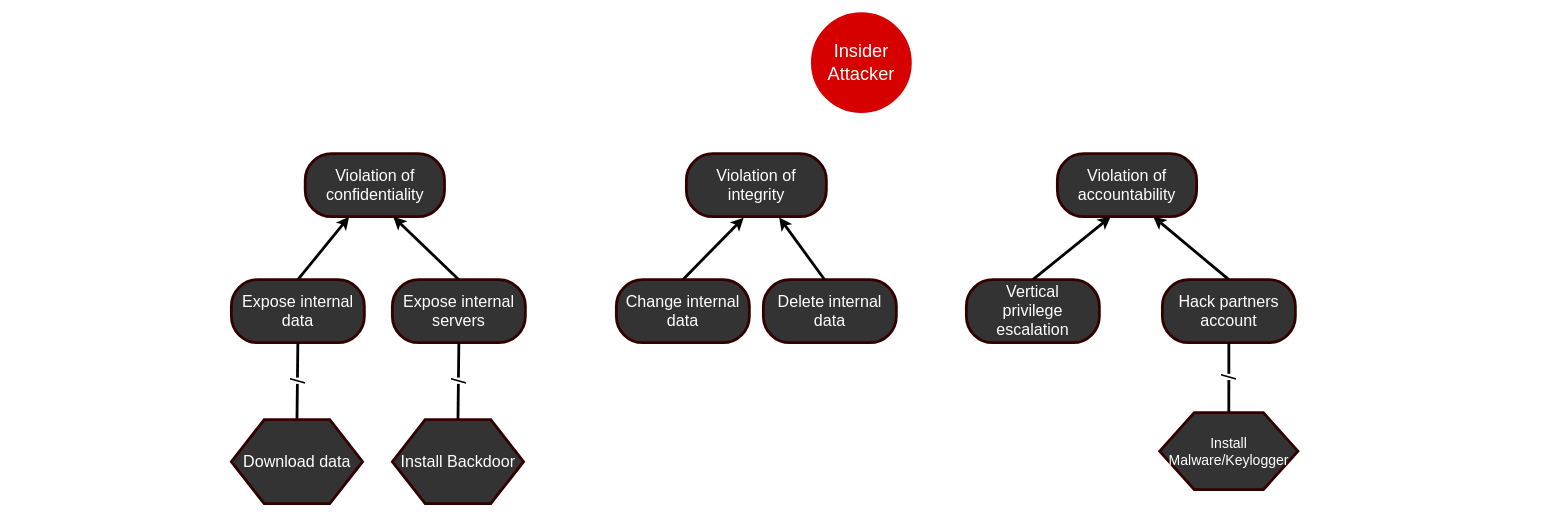
Above: Insider attack trees.drawio in marzdeveloper/SoftwareCybersecurity (draw.io), before the change. Source tidied: cells renumbered, new cells numbered last; positions are measured from the earlier drawing's top-left corner, leaving out a move shared by most shapes. Both pictures are drawn from the tidied source at 70%, with x=0, y=0 at pixel (231, 13).
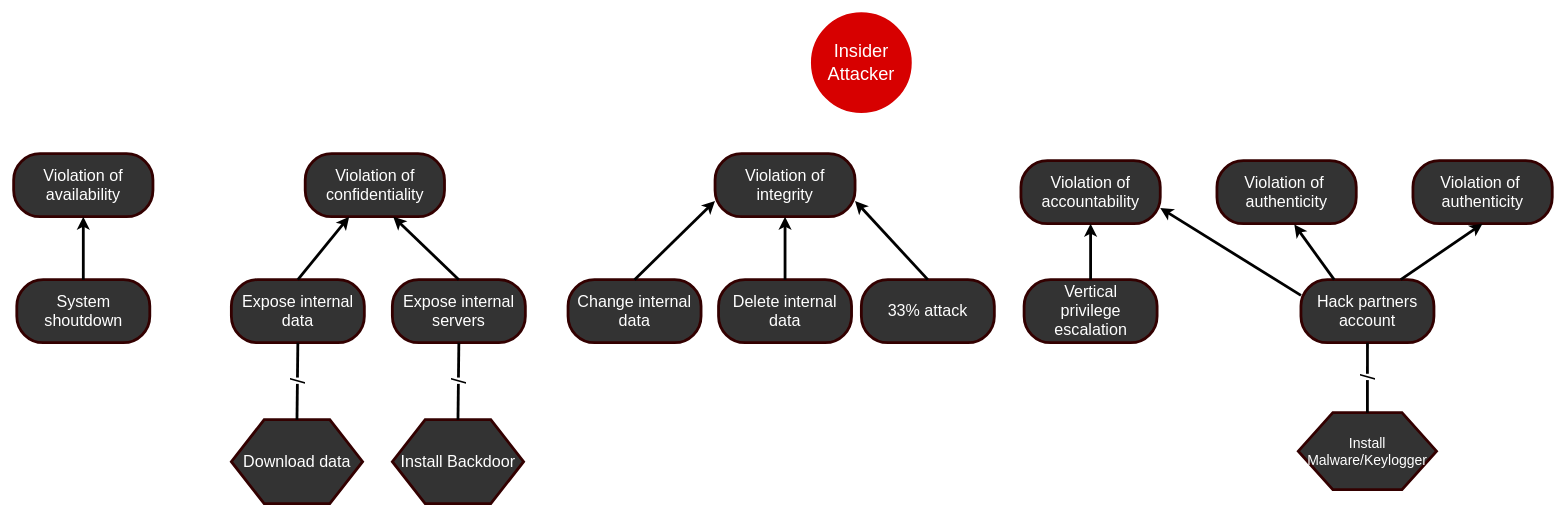
Above is the later version.

Change to the diagram source:
```diff
@@
     <mxCell id="4" value="&lt;font color=&quot;#ffffff&quot; style=&quot;font-size: 23px&quot;&gt;Violation of integrity&lt;/font&gt;" style="rounded=1;whiteSpace=wrap;html=1;strokeColor=#330000;strokeWidth=4;fillColor=#333333;gradientColor=none;arcSize=42;" parent="1" vertex="1">
-      <mxGeometry x="650" y="200" width="200" height="90" as="geometry" />
+      <mxGeometry x="691" y="200" width="200" height="90" as="geometry" />
     </mxCell>
     <mxCell id="5" value="&lt;font color=&quot;#ffffff&quot; style=&quot;font-size: 23px&quot;&gt;Violation of accountability&lt;/font&gt;" style="rounded=1;whiteSpace=wrap;html=1;strokeColor=#330000;strokeWidth=4;fillColor=#333333;gradientColor=none;arcSize=42;" parent="1" vertex="1">
-      <mxGeometry x="1180" y="200" width="199" height="90" as="geometry" />
+      <mxGeometry x="1128" y="210" width="199" height="90" as="geometry" />
     </mxCell>
     <mxCell id="6" value="&lt;font color=&quot;#ffffff&quot;&gt;&lt;span style=&quot;font-size: 23px&quot;&gt;Hack partners account&lt;/span&gt;&lt;/font&gt;" style="rounded=1;whiteSpace=wrap;html=1;strokeColor=#330000;strokeWidth=4;fillColor=#333333;gradientColor=none;arcSize=42;" parent="1" vertex="1">
-      <mxGeometry x="1330" y="380" width="190" height="90" as="geometry" />
+      <mxGeometry x="1528" y="380" width="190" height="90" as="geometry" />
     </mxCell>
     <mxCell id="7" value="&lt;font color=&quot;#ffffff&quot;&gt;&lt;span style=&quot;font-size: 23px&quot;&gt;Change internal data&lt;/span&gt;&lt;/font&gt;" style="rounded=1;whiteSpace=wrap;html=1;strokeColor=#330000;strokeWidth=4;fillColor=#333333;gradientColor=none;arcSize=42;" parent="1" vertex="1">
-      <mxGeometry x="550" y="380" width="190" height="90" as="geometry" />
+      <mxGeometry x="481" y="380" width="190" height="90" as="geometry" />
     </mxCell>
@@
-    <mxCell id="10" style="endArrow=classic;html=1;strokeColor=#000000;strokeWidth=4;fontColor=#FFD966;exitX=0.5;exitY=0;exitDx=0;exitDy=0;entryX=0.688;entryY=0.998;entryDx=0;entryDy=0;entryPerimeter=0;" parent="1" edge="1" source="6" target="5">
+    <mxCell id="10" style="endArrow=classic;html=1;strokeColor=#000000;strokeWidth=4;fontColor=#FFD966;exitX=0;exitY=0.25;exitDx=0;exitDy=0;entryX=1;entryY=0.75;entryDx=0;entryDy=0;" parent="1" edge="1" source="6" target="5">
       <mxGeometry relative="1" as="geometry" />
     </mxCell>
-    <mxCell id="11" style="endArrow=classic;html=1;strokeColor=#000000;strokeWidth=4;fontColor=#FFD966;entryX=0.409;entryY=1.017;entryDx=0;entryDy=0;exitX=0.5;exitY=0;exitDx=0;exitDy=0;entryPerimeter=0;" parent="1" edge="1" source="7" target="4">
+    <mxCell id="11" style="endArrow=classic;html=1;strokeColor=#000000;strokeWidth=4;fontColor=#FFD966;entryX=0;entryY=0.75;entryDx=0;entryDy=0;exitX=0.5;exitY=0;exitDx=0;exitDy=0;" parent="1" edge="1" source="7" target="4">
       <mxGeometry relative="1" as="geometry" />
     </mxCell>
     <mxCell id="12" value="&lt;span style=&quot;font-size: 23px&quot;&gt;&lt;font color=&quot;#ffffff&quot;&gt;Vertical&lt;br&gt;privilege escalation&lt;/font&gt;&lt;/span&gt;" style="rounded=1;whiteSpace=wrap;html=1;strokeColor=#330000;strokeWidth=4;fillColor=#333333;gradientColor=none;arcSize=42;" parent="1" vertex="1">
-      <mxGeometry x="1050" y="380" width="190" height="90" as="geometry" />
+      <mxGeometry x="1132.5" y="380" width="190" height="90" as="geometry" />
     </mxCell>
-    <mxCell id="13" style="endArrow=classic;html=1;strokeColor=#000000;strokeWidth=4;fontColor=#FFD966;entryX=0.384;entryY=0.998;entryDx=0;entryDy=0;exitX=0.5;exitY=0;exitDx=0;exitDy=0;entryPerimeter=0;" parent="1" edge="1" source="12" target="5">
+    <mxCell id="13" style="endArrow=classic;html=1;strokeColor=#000000;strokeWidth=4;fontColor=#FFD966;entryX=0.5;entryY=1;entryDx=0;entryDy=0;exitX=0.5;exitY=0;exitDx=0;exitDy=0;" parent="1" edge="1" source="12" target="5">
       <mxGeometry relative="1" as="geometry" />
     </mxCell>
@@
     <mxCell id="16" value="&lt;font color=&quot;#ffffff&quot;&gt;&lt;span style=&quot;font-size: 23px&quot;&gt;Delete internal data&lt;/span&gt;&lt;/font&gt;" style="rounded=1;whiteSpace=wrap;html=1;strokeColor=#330000;strokeWidth=4;fillColor=#333333;gradientColor=none;arcSize=42;" parent="1" vertex="1">
-      <mxGeometry x="760" y="380" width="190" height="90" as="geometry" />
+      <mxGeometry x="696" y="380" width="190" height="90" as="geometry" />
     </mxCell>
-    <mxCell id="17" style="endArrow=classic;html=1;strokeColor=#000000;strokeWidth=4;fontColor=#FFD966;exitX=0.461;exitY=0.002;exitDx=0;exitDy=0;entryX=0.663;entryY=1.012;entryDx=0;entryDy=0;entryPerimeter=0;exitPerimeter=0;" parent="1" edge="1" source="16" target="4">
+    <mxCell id="17" style="endArrow=classic;html=1;strokeColor=#000000;strokeWidth=4;fontColor=#FFD966;exitX=0.5;exitY=0;exitDx=0;exitDy=0;entryX=0.5;entryY=1;entryDx=0;entryDy=0;" parent="1" edge="1" source="16" target="4">
       <mxGeometry relative="1" as="geometry" />
     </mxCell>
@@
     <mxCell id="22" value="&lt;font style=&quot;font-size: 20px&quot;&gt;Install Malware/Keylogger&lt;/font&gt;" style="shape=hexagon;perimeter=hexagonPerimeter2;whiteSpace=wrap;html=1;fillColor=#333333;fontColor=#FFFFFF;rounded=0;strokeWidth=4;strokeColor=#330000;horizontal=1;verticalAlign=middle;labelPosition=center;verticalLabelPosition=middle;align=center;" parent="1" vertex="1">
-      <mxGeometry x="1326.2" y="570" width="197.5" height="110" as="geometry" />
+      <mxGeometry x="1524.2" y="570" width="197.5" height="110" as="geometry" />
     </mxCell>
@@
+    <mxCell id="24" value="&lt;font color=&quot;#ffffff&quot; style=&quot;font-size: 23px&quot;&gt;Violation of availability&lt;/font&gt;&lt;span style=&quot;font-family: monospace ; font-size: 0px&quot;&gt;3CmxGraphModel%3E%3Croot%3E%3CmxCell%20id%3D%220%22%2F%3E%3CmxCell%20id%3D%221%22%20parent%3D%220%22%2F%3E%3CmxCell%20id%3D%222%22%20value%3D%22%26lt%3Bfont%20color%3D%26quot%3B%23ffffff%26quot%3B%20style%3D%26quot%3Bfont-size%3A%2023px%26quot%3B%26gt%3BViolation%20of%20availability%26lt%3B%2Ffont%26gt%3B%22%20style%3D%22rounded%3D1%3BwhiteSpace%3Dwrap%3Bhtml%3D1%3BstrokeColor%3D%23330000%3BstrokeWidth%3D4%3BfillColor%3D%23333333%3BgradientColor%3Dnone%3BarcSize%3D42%3B%22%20vertex%3D%221%22%20parent%3D%221%22%3E%3CmxGeometry%20x%3D%22530%22%20y%3D%22260%22%20width%3D%22199%22%20height%3D%2290%22%20as%3D%22geometry%22%2F%3E%3C%2FmxCell%3E%3C%2Froot%3E%3C%2FmxGraphModel%3E&lt;/span&gt;" style="rounded=1;whiteSpace=wrap;html=1;strokeColor=#330000;strokeWidth=4;fillColor=#333333;gradientColor=none;arcSize=42;" parent="1" vertex="1">
+      <mxGeometry x="-311" y="200" width="199" height="90" as="geometry" />
+    </mxCell>
+    <mxCell id="25" value="&lt;font color=&quot;#ffffff&quot; style=&quot;font-size: 23px&quot;&gt;Violation of&amp;nbsp; authenticity&lt;/font&gt;&lt;span style=&quot;font-family: monospace ; font-size: 0px&quot;&gt;%3E%3Croot%3E%3CmxCell%20id%3D%220%22%2F%3E%3CmxCell%20id%3D%221%22%20parent%3D%220%22%2F%3E%3CmxCell%20id%3D%222%22%20value%3D%22%26lt%3Bfont%20color%3D%26quot%3B%23ffffff%26quot%3B%20style%3D%26quot%3Bfont-size%3A%2023px%26quot%3B%26gt%3BViolation%20of%20availability%26lt%3B%2Ffont%26gt%3B%22%20style%3D%22rounded%3D1%3BwhiteSpace%3Dwrap%3Bhtml%3D1%3BstrokeColor%3D%23330000%3BstrokeWidth%3D4%3BfillColor%3D%23333333%3BgradientColor%3Dnone%3BarcSize%3D42%3B%22%20vertex%3D%221%22%20parent%3D%221%22%3E%3CmxGeometry%20x%3D%22530%22%20y%3D%22260%22%20width%3D%22199%22%20height%3D%2290%22%20as%3D%22geometry%22%2F%3E%3C%2FmxCell%3E%3C%2Froot%3E%3C%2FmxGraphModel%3E&lt;/span&gt;" style="rounded=1;whiteSpace=wrap;html=1;strokeColor=#330000;strokeWidth=4;fillColor=#333333;gradientColor=none;arcSize=42;" parent="1" vertex="1">
+      <mxGeometry x="1408" y="210" width="199" height="90" as="geometry" />
+    </mxCell>
+    <mxCell id="26" value="&lt;font color=&quot;#ffffff&quot; style=&quot;font-size: 23px&quot;&gt;Violation of&amp;nbsp; authenticity&lt;/font&gt;&lt;span style=&quot;font-family: monospace ; font-size: 0px&quot;&gt;%3E%3Croot%3E%3CmxCell%20id%3D%220%22%2F%3E%3CmxCell%20id%3D%221%22%20parent%3D%220%22%2F%3E%3CmxCell%20id%3D%222%22%20value%3D%22%26lt%3Bfont%20color%3D%26quot%3B%23ffffff%26quot%3B%20style%3D%26quot%3Bfont-size%3A%2023px%26quot%3B%26gt%3BViolation%20of%20availability%26lt%3B%2Ffont%26gt%3B%22%20style%3D%22rounded%3D1%3BwhiteSpace%3Dwrap%3Bhtml%3D1%3BstrokeColor%3D%23330000%3BstrokeWidth%3D4%3BfillColor%3D%23333333%3BgradientColor%3Dnone%3BarcSize%3D42%3B%22%20vertex%3D%221%22%20parent%3D%221%22%3E%3CmxGeometry%20x%3D%22530%22%20y%3D%22260%22%20width%3D%22199%22%20height%3D%2290%22%20as%3D%22geometry%22%2F%3E%3C%2FmxCell%3E%3C%2Froot%3E%3C%2FmxGraphModel%3E&lt;/span&gt;" style="rounded=1;whiteSpace=wrap;html=1;strokeColor=#330000;strokeWidth=4;fillColor=#333333;gradientColor=none;arcSize=42;" parent="1" vertex="1">
+      <mxGeometry x="1688" y="210" width="199" height="90" as="geometry" />
+    </mxCell>
+    <mxCell id="27" style="endArrow=classic;html=1;strokeColor=#000000;strokeWidth=4;fontColor=#FFD966;exitX=0.75;exitY=0;exitDx=0;exitDy=0;entryX=0.5;entryY=1;entryDx=0;entryDy=0;" parent="1" edge="1" source="6" target="26">
+      <mxGeometry relative="1" as="geometry" />
+    </mxCell>
+    <mxCell id="28" style="endArrow=classic;html=1;strokeColor=#000000;strokeWidth=4;fontColor=#FFD966;exitX=0.25;exitY=0;exitDx=0;exitDy=0;entryX=0.555;entryY=1.011;entryDx=0;entryDy=0;entryPerimeter=0;" parent="1" edge="1" source="6" target="25">
+      <mxGeometry relative="1" as="geometry" />
+    </mxCell>
+    <mxCell id="29" value="&lt;font color=&quot;#ffffff&quot;&gt;&lt;span style=&quot;font-size: 23px&quot;&gt;System shoutdown&lt;/span&gt;&lt;/font&gt;" style="rounded=1;whiteSpace=wrap;html=1;strokeColor=#330000;strokeWidth=4;fillColor=#333333;gradientColor=none;arcSize=42;" parent="1" vertex="1">
+      <mxGeometry x="-306.5" y="380" width="190" height="90" as="geometry" />
+    </mxCell>
+    <mxCell id="30" style="endArrow=classic;html=1;strokeColor=#000000;strokeWidth=4;fontColor=#FFD966;exitX=0.5;exitY=0;exitDx=0;exitDy=0;entryX=0.5;entryY=1;entryDx=0;entryDy=0;" parent="1" edge="1" source="29" target="24">
+      <mxGeometry relative="1" as="geometry" />
+    </mxCell>
+    <mxCell id="31" value="&lt;font color=&quot;#ffffff&quot;&gt;&lt;span style=&quot;font-size: 23px&quot;&gt;33% attack&lt;/span&gt;&lt;/font&gt;" style="rounded=1;whiteSpace=wrap;html=1;strokeColor=#330000;strokeWidth=4;fillColor=#333333;gradientColor=none;arcSize=42;" parent="1" vertex="1">
+      <mxGeometry x="900" y="380" width="190" height="90" as="geometry" />
+    </mxCell>
+    <mxCell id="32" style="endArrow=classic;html=1;strokeColor=#000000;strokeWidth=4;fontColor=#FFD966;exitX=0.5;exitY=0;exitDx=0;exitDy=0;entryX=1;entryY=0.75;entryDx=0;entryDy=0;" parent="1" edge="1" source="31" target="4">
+      <mxGeometry relative="1" as="geometry" />
+    </mxCell>
```
